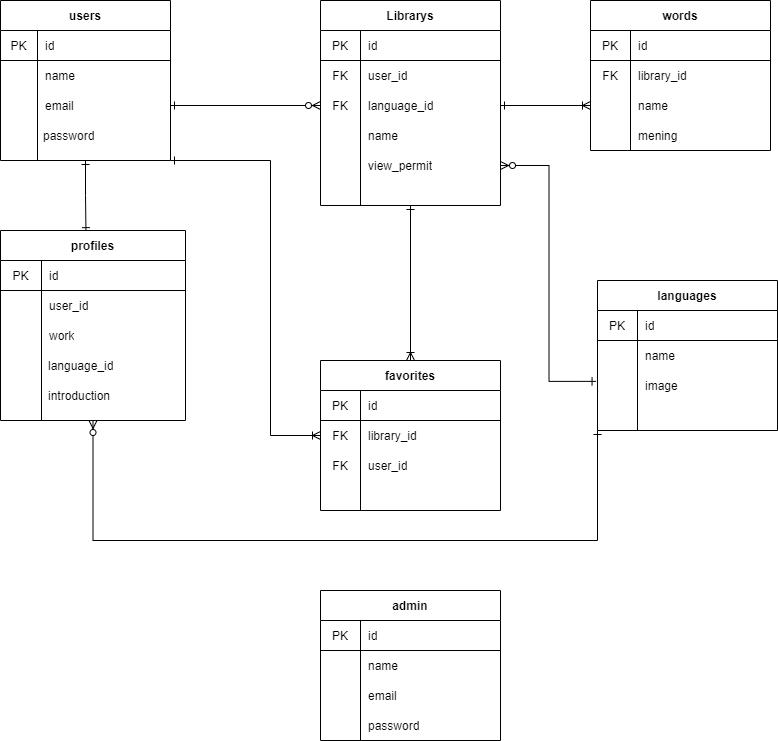
Above: Database/Database.drawio.png in axxxhiratani/MyLibrary (draw.io), before the change. Source tidied: cells renumbered, new cells last; positions are measured from the earlier drawing's top-left corner, leaving out a move shared by most shapes.
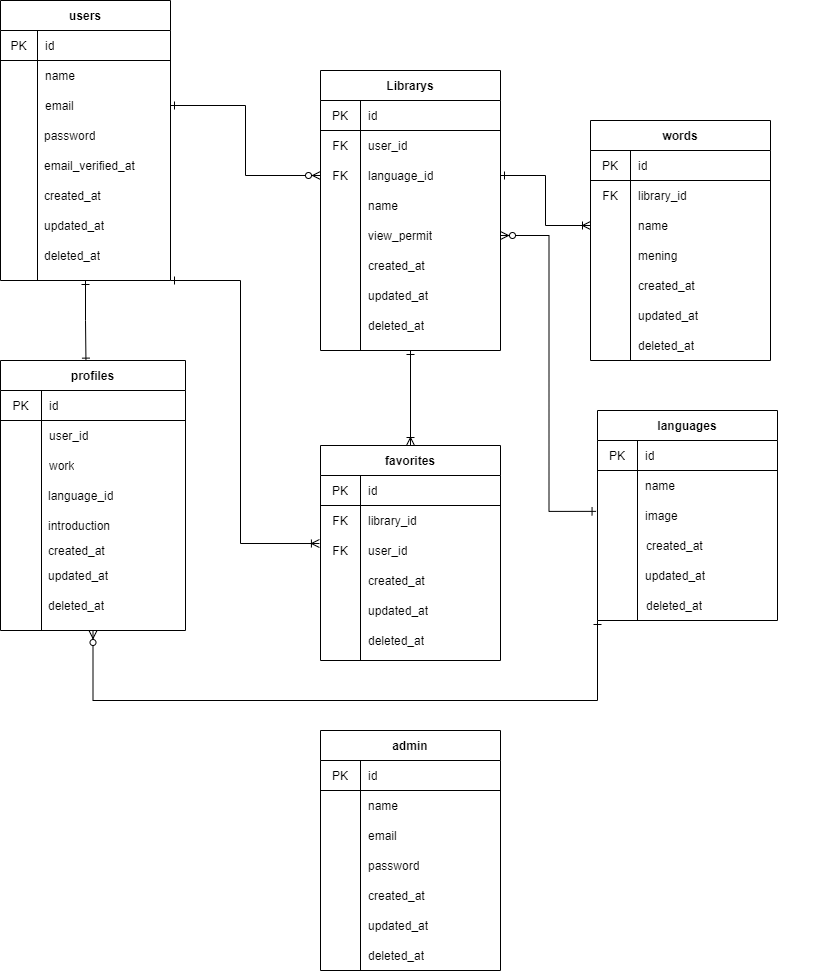
Later version of the same file.

What changed in the source:
```diff
@@ -5,16 +5,16 @@
     <mxCell id="2" style="edgeStyle=orthogonalEdgeStyle;rounded=0;jettySize=auto;html=1;exitX=0.5;exitY=1;exitDx=0;exitDy=0;entryX=0.462;entryY=0.006;entryDx=0;entryDy=0;entryPerimeter=0;startArrow=ERone;startFill=0;endArrow=ERone;endFill=0;" parent="1" edge="1" source="4" target="16">
       <mxGeometry relative="1" as="geometry" />
     </mxCell>
-    <mxCell id="3" style="edgeStyle=orthogonalEdgeStyle;rounded=0;jettySize=auto;html=1;exitX=1;exitY=1;exitDx=0;exitDy=0;startArrow=ERone;startFill=0;endArrow=ERoneToMany;endFill=0;" parent="1" edge="1" source="4" target="50">
-      <mxGeometry relative="1" as="geometry">
-        <Array as="points">
-          <mxPoint x="270" y="160" />
-          <mxPoint x="270" y="435" />
-        </Array>
-      </mxGeometry>
-    </mxCell>
+    <mxCell id="90" style="edgeStyle=orthogonalEdgeStyle;rounded=0;jettySize=auto;html=1;exitX=1;exitY=1;exitDx=0;exitDy=0;entryX=-0.006;entryY=0.267;entryDx=0;entryDy=0;entryPerimeter=0;endArrow=ERoneToMany;endFill=0;startArrow=ERone;startFill=0;" parent="1" edge="1" source="4" target="53">
+      <mxGeometry relative="1" as="geometry">
+        <Array as="points">
+          <mxPoint x="240" y="150" />
+          <mxPoint x="240" y="413" />
+        </Array>
+      </mxGeometry>
+    </mxCell>
     <mxCell id="4" value="users" style="shape=table;startSize=30;rowLines=0;fontStyle=1;align=center;" parent="1" vertex="1">
-      <mxGeometry width="170" height="160" as="geometry" />
+      <mxGeometry y="-130" width="170" height="280" as="geometry" />
     </mxCell>
     <mxCell id="5" style="shape=partialRectangle;html=1;whiteSpace=wrap;fillColor=none;top=0;left=0;bottom=1;right=0;" parent="4" vertex="1">
       <mxGeometry y="30" width="170" height="30" as="geometry" />
@@ -44,18 +44,18 @@
       <mxGeometry x="37" width="133" height="30" as="geometry" />
     </mxCell>
     <mxCell id="14" value="password" style="shape=partialRectangle;html=1;whiteSpace=wrap;fillColor=none;top=0;left=0;bottom=0;right=0;align=left;spacingLeft=6;overflow=hidden;" parent="1" vertex="1">
-      <mxGeometry x="35" y="120" width="187" height="30" as="geometry" />
+      <mxGeometry x="36" y="-10" width="187" height="30" as="geometry" />
     </mxCell>
     <mxCell id="15" style="edgeStyle=orthogonalEdgeStyle;rounded=0;jettySize=auto;html=1;exitX=0.5;exitY=1;exitDx=0;exitDy=0;entryX=0;entryY=1;entryDx=0;entryDy=0;startArrow=ERzeroToMany;startFill=1;endArrow=ERone;endFill=0;" parent="1" edge="1" source="16" target="56">
       <mxGeometry relative="1" as="geometry">
         <Array as="points">
-          <mxPoint x="93" y="540" />
-          <mxPoint x="597" y="540" />
+          <mxPoint x="93" y="570" />
+          <mxPoint x="597" y="570" />
         </Array>
       </mxGeometry>
     </mxCell>
     <mxCell id="16" value="profiles" style="shape=table;startSize=30;rowLines=0;fontStyle=1;align=center;" parent="1" vertex="1">
-      <mxGeometry y="230" width="185" height="190" as="geometry" />
+      <mxGeometry y="230" width="185" height="270" as="geometry" />
     </mxCell>
     <mxCell id="17" style="shape=partialRectangle;html=1;whiteSpace=wrap;fillColor=none;top=0;left=0;bottom=1;right=0;" parent="16" vertex="1">
       <mxGeometry y="30" width="185" height="30" as="geometry" />
@@ -94,7 +94,7 @@
       <mxGeometry relative="1" as="geometry" />
     </mxCell>
     <mxCell id="29" value="Librarys" style="shape=table;startSize=30;rowLines=0;fontStyle=1;align=center;" parent="1" vertex="1">
-      <mxGeometry x="320" width="180" height="205" as="geometry" />
+      <mxGeometry x="320" y="-60" width="180" height="280" as="geometry" />
     </mxCell>
     <mxCell id="30" style="shape=partialRectangle;html=1;whiteSpace=wrap;fillColor=none;top=0;left=0;bottom=1;right=0;" parent="29" vertex="1">
       <mxGeometry y="30" width="180" height="30" as="geometry" />
@@ -124,7 +124,7 @@
       <mxGeometry x="40" width="140" height="30" as="geometry" />
     </mxCell>
     <mxCell id="39" style="shape=partialRectangle;html=1;whiteSpace=wrap;fillColor=none;top=0;left=0;bottom=0;right=0;" parent="1" vertex="1">
-      <mxGeometry x="320" y="120" width="180" height="30" as="geometry" />
+      <mxGeometry x="320" y="60" width="180" height="30" as="geometry" />
     </mxCell>
     <mxCell id="40" style="shape=partialRectangle;html=1;whiteSpace=wrap;fillColor=none;top=0;left=0;bottom=0;right=0;overflow=hidden;" parent="39" vertex="1">
       <mxGeometry width="40" height="30" as="geometry" />
@@ -136,7 +136,7 @@
       <mxGeometry relative="1" as="geometry" />
     </mxCell>
     <mxCell id="43" style="shape=partialRectangle;html=1;whiteSpace=wrap;fillColor=none;top=0;left=0;bottom=0;right=0;points=[[0,0.5],[1,0.5]];portConstraint=eastwest;" parent="1" vertex="1">
-      <mxGeometry x="320" y="150" width="180" height="30" as="geometry" />
+      <mxGeometry x="320" y="90" width="180" height="30" as="geometry" />
     </mxCell>
     <mxCell id="44" style="shape=partialRectangle;html=1;whiteSpace=wrap;fillColor=none;top=0;left=0;bottom=0;right=0;overflow=hidden;" parent="43" vertex="1">
       <mxGeometry width="40" height="30" as="geometry" />
@@ -145,7 +145,7 @@
       <mxGeometry x="40" width="140" height="30" as="geometry" />
     </mxCell>
     <mxCell id="46" value="favorites" style="shape=table;startSize=30;rowLines=0;fontStyle=1;align=center;" parent="1" vertex="1">
-      <mxGeometry x="320" y="360" width="180" height="150" as="geometry" />
+      <mxGeometry x="320" y="315" width="180" height="215" as="geometry" />
     </mxCell>
     <mxCell id="47" style="shape=partialRectangle;html=1;whiteSpace=wrap;fillColor=none;top=0;left=0;bottom=1;right=0;" parent="46" vertex="1">
       <mxGeometry y="30" width="180" height="30" as="geometry" />
@@ -175,7 +175,7 @@
       <mxGeometry x="40" width="140" height="30" as="geometry" />
     </mxCell>
     <mxCell id="56" value="languages" style="shape=table;startSize=30;rowLines=0;fontStyle=1;align=center;" parent="1" vertex="1">
-      <mxGeometry x="597" y="280" width="180" height="150" as="geometry" />
+      <mxGeometry x="597" y="280" width="180" height="210" as="geometry" />
     </mxCell>
     <mxCell id="57" style="shape=partialRectangle;html=1;whiteSpace=wrap;fillColor=none;top=0;left=0;bottom=1;right=0;" parent="56" vertex="1">
       <mxGeometry y="30" width="180" height="30" as="geometry" />
@@ -205,7 +205,7 @@
       <mxGeometry x="40" width="140" height="30" as="geometry" />
     </mxCell>
     <mxCell id="66" value="words" style="shape=table;startSize=30;rowLines=0;fontStyle=1;align=center;" parent="1" vertex="1">
-      <mxGeometry x="590" width="180" height="150" as="geometry" />
+      <mxGeometry x="590" y="-10" width="180" height="240" as="geometry" />
     </mxCell>
     <mxCell id="67" style="shape=partialRectangle;html=1;whiteSpace=wrap;fillColor=none;top=0;left=0;bottom=1;right=0;" parent="66" vertex="1">
       <mxGeometry y="30" width="180" height="30" as="geometry" />
@@ -235,7 +235,7 @@
       <mxGeometry x="40" width="140" height="30" as="geometry" />
     </mxCell>
     <mxCell id="76" value="mening" style="shape=partialRectangle;html=1;whiteSpace=wrap;fillColor=none;top=0;left=0;bottom=0;right=0;align=left;spacingLeft=6;overflow=hidden;" parent="1" vertex="1">
-      <mxGeometry x="630" y="120" width="140" height="30" as="geometry" />
+      <mxGeometry x="630" y="110" width="140" height="30" as="geometry" />
     </mxCell>
     <mxCell id="77" style="edgeStyle=orthogonalEdgeStyle;rounded=0;jettySize=auto;html=1;exitX=1;exitY=0.5;exitDx=0;exitDy=0;entryX=0;entryY=0.5;entryDx=0;entryDy=0;startArrow=ERone;startFill=0;endArrow=ERzeroToMany;endFill=1;" parent="1" edge="1" source="11" target="36">
       <mxGeometry relative="1" as="geometry" />
@@ -244,7 +244,7 @@
       <mxGeometry relative="1" as="geometry" />
     </mxCell>
     <mxCell id="79" value="admin" style="shape=table;startSize=30;rowLines=0;fontStyle=1;align=center;" parent="1" vertex="1">
-      <mxGeometry x="320" y="590" width="180" height="150" as="geometry" />
+      <mxGeometry x="320" y="600" width="180" height="240" as="geometry" />
     </mxCell>
     <mxCell id="80" style="shape=partialRectangle;html=1;whiteSpace=wrap;fillColor=none;top=0;left=0;bottom=1;right=0;" parent="79" vertex="1">
       <mxGeometry y="30" width="180" height="30" as="geometry" />
@@ -274,7 +274,73 @@
       <mxGeometry x="40" width="140" height="30" as="geometry" />
     </mxCell>
     <mxCell id="89" value="password" style="shape=partialRectangle;html=1;whiteSpace=wrap;fillColor=none;top=0;left=0;bottom=0;right=0;align=left;spacingLeft=6;overflow=hidden;" parent="1" vertex="1">
-      <mxGeometry x="360" y="710" width="140" height="30" as="geometry" />
+      <mxGeometry x="360" y="720" width="140" height="30" as="geometry" />
     </mxCell>
+    <mxCell id="91" value="created_at" style="shape=partialRectangle;html=1;whiteSpace=wrap;fillColor=none;top=0;left=0;bottom=0;right=0;align=left;spacingLeft=6;overflow=hidden;" parent="1" vertex="1">
+      <mxGeometry x="36" y="50" width="187" height="30" as="geometry" />
+    </mxCell>
+    <mxCell id="92" value="updated_at" style="shape=partialRectangle;html=1;whiteSpace=wrap;fillColor=none;top=0;left=0;bottom=0;right=0;align=left;spacingLeft=6;overflow=hidden;" parent="1" vertex="1">
+      <mxGeometry x="36" y="80" width="187" height="30" as="geometry" />
+    </mxCell>
+    <mxCell id="93" value="deleted_at" style="shape=partialRectangle;html=1;whiteSpace=wrap;fillColor=none;top=0;left=0;bottom=0;right=0;align=left;spacingLeft=6;overflow=hidden;" parent="1" vertex="1">
+      <mxGeometry x="36" y="110" width="187" height="30" as="geometry" />
+    </mxCell>
+    <mxCell id="94" value="created_at" style="shape=partialRectangle;html=1;whiteSpace=wrap;fillColor=none;top=0;left=0;bottom=0;right=0;align=left;spacingLeft=6;overflow=hidden;" parent="1" vertex="1">
+      <mxGeometry x="40" y="405" width="187" height="30" as="geometry" />
+    </mxCell>
+    <mxCell id="95" value="created_at" style="shape=partialRectangle;html=1;whiteSpace=wrap;fillColor=none;top=0;left=0;bottom=0;right=0;align=left;spacingLeft=6;overflow=hidden;" parent="1" vertex="1">
+      <mxGeometry x="360" y="435" width="187" height="30" as="geometry" />
+    </mxCell>
+    <mxCell id="96" value="created_at" style="shape=partialRectangle;html=1;whiteSpace=wrap;fillColor=none;top=0;left=0;bottom=0;right=0;align=left;spacingLeft=6;overflow=hidden;" parent="1" vertex="1">
+      <mxGeometry x="360" y="120" width="187" height="30" as="geometry" />
+    </mxCell>
+    <mxCell id="97" value="created_at" style="shape=partialRectangle;html=1;whiteSpace=wrap;fillColor=none;top=0;left=0;bottom=0;right=0;align=left;spacingLeft=6;overflow=hidden;" parent="1" vertex="1">
+      <mxGeometry x="630" y="140" width="187" height="30" as="geometry" />
+    </mxCell>
+    <mxCell id="98" value="created_at" style="shape=partialRectangle;html=1;whiteSpace=wrap;fillColor=none;top=0;left=0;bottom=0;right=0;align=left;spacingLeft=6;overflow=hidden;" parent="1" vertex="1">
+      <mxGeometry x="638" y="400" width="187" height="30" as="geometry" />
+    </mxCell>
+    <mxCell id="99" value="created_at" style="shape=partialRectangle;html=1;whiteSpace=wrap;fillColor=none;top=0;left=0;bottom=0;right=0;align=left;spacingLeft=6;overflow=hidden;" parent="1" vertex="1">
+      <mxGeometry x="360" y="750" width="187" height="30" as="geometry" />
+    </mxCell>
+    <mxCell id="100" value="updated_at" style="shape=partialRectangle;html=1;whiteSpace=wrap;fillColor=none;top=0;left=0;bottom=0;right=0;align=left;spacingLeft=6;overflow=hidden;" parent="1" vertex="1">
+      <mxGeometry x="40" y="430" width="187" height="30" as="geometry" />
+    </mxCell>
+    <mxCell id="101" value="updated_at" style="shape=partialRectangle;html=1;whiteSpace=wrap;fillColor=none;top=0;left=0;bottom=0;right=0;align=left;spacingLeft=6;overflow=hidden;" parent="1" vertex="1">
+      <mxGeometry x="360" y="150" width="187" height="30" as="geometry" />
+    </mxCell>
+    <mxCell id="102" value="updated_at" style="shape=partialRectangle;html=1;whiteSpace=wrap;fillColor=none;top=0;left=0;bottom=0;right=0;align=left;spacingLeft=6;overflow=hidden;" parent="1" vertex="1">
+      <mxGeometry x="360" y="465" width="187" height="30" as="geometry" />
+    </mxCell>
+    <mxCell id="103" value="updated_at" style="shape=partialRectangle;html=1;whiteSpace=wrap;fillColor=none;top=0;left=0;bottom=0;right=0;align=left;spacingLeft=6;overflow=hidden;" parent="1" vertex="1">
+      <mxGeometry x="630" y="170" width="187" height="30" as="geometry" />
+    </mxCell>
+    <mxCell id="104" value="updated_at" style="shape=partialRectangle;html=1;whiteSpace=wrap;fillColor=none;top=0;left=0;bottom=0;right=0;align=left;spacingLeft=6;overflow=hidden;" parent="1" vertex="1">
+      <mxGeometry x="637" y="430" width="187" height="30" as="geometry" />
+    </mxCell>
+    <mxCell id="105" value="updated_at" style="shape=partialRectangle;html=1;whiteSpace=wrap;fillColor=none;top=0;left=0;bottom=0;right=0;align=left;spacingLeft=6;overflow=hidden;" parent="1" vertex="1">
+      <mxGeometry x="360" y="780" width="187" height="30" as="geometry" />
+    </mxCell>
+    <mxCell id="106" value="deleted_at" style="shape=partialRectangle;html=1;whiteSpace=wrap;fillColor=none;top=0;left=0;bottom=0;right=0;align=left;spacingLeft=6;overflow=hidden;" parent="1" vertex="1">
+      <mxGeometry x="40" y="460" width="187" height="30" as="geometry" />
+    </mxCell>
+    <mxCell id="107" value="deleted_at" style="shape=partialRectangle;html=1;whiteSpace=wrap;fillColor=none;top=0;left=0;bottom=0;right=0;align=left;spacingLeft=6;overflow=hidden;" parent="1" vertex="1">
+      <mxGeometry x="360" y="180" width="187" height="30" as="geometry" />
+    </mxCell>
+    <mxCell id="108" value="deleted_at" style="shape=partialRectangle;html=1;whiteSpace=wrap;fillColor=none;top=0;left=0;bottom=0;right=0;align=left;spacingLeft=6;overflow=hidden;" parent="1" vertex="1">
+      <mxGeometry x="360" y="495" width="187" height="30" as="geometry" />
+    </mxCell>
+    <mxCell id="109" value="deleted_at" style="shape=partialRectangle;html=1;whiteSpace=wrap;fillColor=none;top=0;left=0;bottom=0;right=0;align=left;spacingLeft=6;overflow=hidden;" parent="1" vertex="1">
+      <mxGeometry x="630" y="200" width="187" height="30" as="geometry" />
+    </mxCell>
+    <mxCell id="110" value="deleted_at" style="shape=partialRectangle;html=1;whiteSpace=wrap;fillColor=none;top=0;left=0;bottom=0;right=0;align=left;spacingLeft=6;overflow=hidden;" parent="1" vertex="1">
+      <mxGeometry x="638" y="460" width="187" height="30" as="geometry" />
+    </mxCell>
+    <mxCell id="111" value="deleted_at" style="shape=partialRectangle;html=1;whiteSpace=wrap;fillColor=none;top=0;left=0;bottom=0;right=0;align=left;spacingLeft=6;overflow=hidden;" parent="1" vertex="1">
+      <mxGeometry x="360" y="810" width="187" height="30" as="geometry" />
+    </mxCell>
+    <mxCell id="112" value="email_verified_at" style="shape=partialRectangle;html=1;whiteSpace=wrap;fillColor=none;top=0;left=0;bottom=0;right=0;align=left;spacingLeft=6;overflow=hidden;" parent="1" vertex="1">
+      <mxGeometry x="36" y="20" width="187" height="30" as="geometry" />
+    </mxCell>
   </root>
 </mxGraphModel>
```
